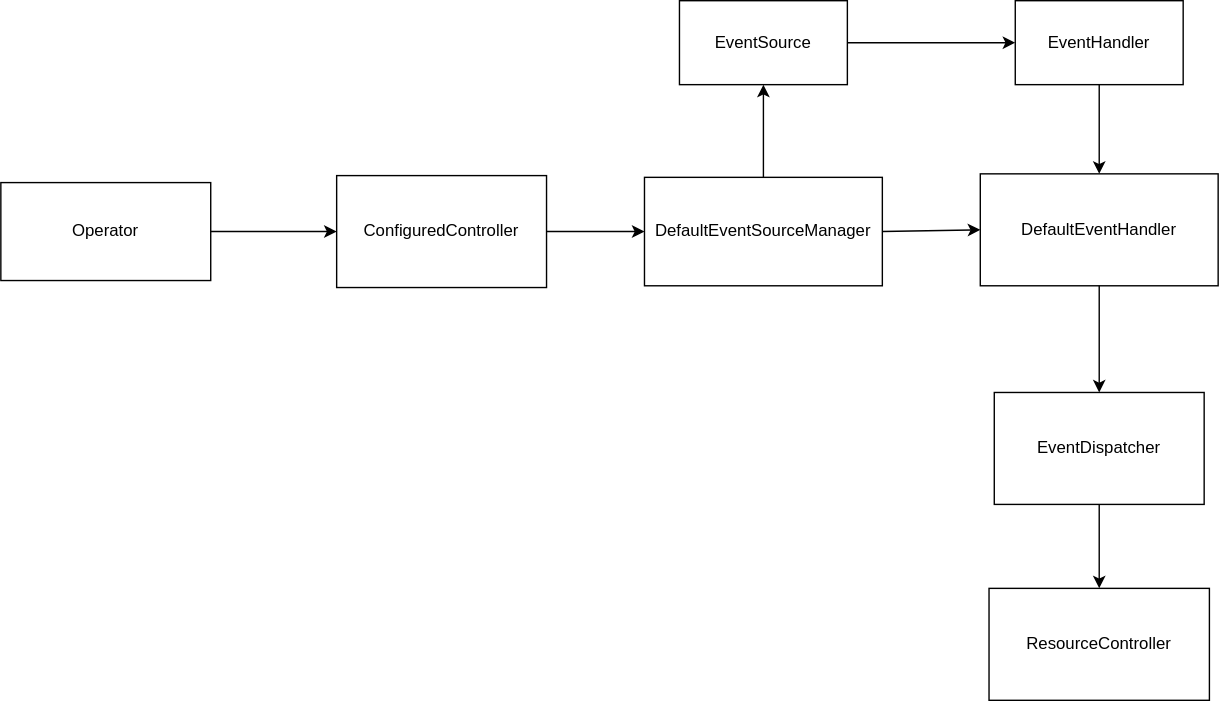
This is docs/etc/v1_model.drawio.svg from operator-framework/java-operator-sdk, a draw.io export, as it was before one commit. Source tidied: cells renumbered, new cells last; positions are measured from the earlier drawing's top-left corner, leaving out a move shared by most shapes. Its diagram source:
```xml
<mxGraphModel>
  <root>
    <mxCell id="0" />
    <mxCell id="1" parent="0" />
    <mxCell id="2" value="Operator" style="rounded=0;whiteSpace=wrap;html=1;" parent="1" vertex="1">
      <mxGeometry y="130" width="150" height="70" as="geometry" />
    </mxCell>
    <mxCell id="3" value="ConfiguredController" style="rounded=0;whiteSpace=wrap;html=1;" parent="1" vertex="1">
      <mxGeometry x="240" y="125" width="150" height="80" as="geometry" />
    </mxCell>
    <mxCell id="4" value="DefaultEventSourceManager" style="rounded=0;whiteSpace=wrap;html=1;" parent="1" vertex="1">
      <mxGeometry x="460" y="126.2" width="170" height="77.5" as="geometry" />
    </mxCell>
    <mxCell id="5" value="DefaultEventHandler" style="rounded=0;whiteSpace=wrap;html=1;" parent="1" vertex="1">
      <mxGeometry x="700" y="123.8" width="170" height="80" as="geometry" />
    </mxCell>
    <mxCell id="6" value="EventDispatcher" style="rounded=0;whiteSpace=wrap;html=1;" parent="1" vertex="1">
      <mxGeometry x="710" y="280" width="150" height="80" as="geometry" />
    </mxCell>
    <mxCell id="7" style="endArrow=classic;html=1;rounded=0;exitX=1;exitY=0.5;exitDx=0;exitDy=0;entryX=0;entryY=0.5;entryDx=0;entryDy=0;" parent="1" edge="1" source="2" target="3">
      <mxGeometry relative="1" as="geometry" />
    </mxCell>
    <mxCell id="8" style="endArrow=classic;html=1;rounded=0;exitX=1;exitY=0.5;exitDx=0;exitDy=0;entryX=0;entryY=0.5;entryDx=0;entryDy=0;" parent="1" edge="1" source="3" target="4">
      <mxGeometry relative="1" as="geometry" />
    </mxCell>
    <mxCell id="9" style="endArrow=classic;html=1;rounded=0;exitX=1;exitY=0.5;exitDx=0;exitDy=0;entryX=0;entryY=0.5;entryDx=0;entryDy=0;" parent="1" edge="1" source="4" target="5">
      <mxGeometry relative="1" as="geometry" />
    </mxCell>
    <mxCell id="10" value="ResourceController" style="rounded=0;whiteSpace=wrap;html=1;" parent="1" vertex="1">
      <mxGeometry x="706.2" y="420" width="157.5" height="80" as="geometry" />
    </mxCell>
    <mxCell id="11" style="endArrow=classic;html=1;rounded=0;exitX=0.5;exitY=1;exitDx=0;exitDy=0;entryX=0.5;entryY=0;entryDx=0;entryDy=0;" parent="1" edge="1" source="5" target="6">
      <mxGeometry relative="1" as="geometry" />
    </mxCell>
    <mxCell id="12" value="EventSource" style="rounded=0;whiteSpace=wrap;html=1;" parent="1" vertex="1">
      <mxGeometry x="485" width="120" height="60" as="geometry" />
    </mxCell>
    <mxCell id="13" value="EventHandler" style="rounded=0;whiteSpace=wrap;html=1;" parent="1" vertex="1">
      <mxGeometry x="725" width="120" height="60" as="geometry" />
    </mxCell>
    <mxCell id="14" style="endArrow=classic;html=1;rounded=0;entryX=0.5;entryY=1;entryDx=0;entryDy=0;exitX=0.5;exitY=0;exitDx=0;exitDy=0;" parent="1" edge="1" source="4" target="12">
      <mxGeometry relative="1" as="geometry" />
    </mxCell>
    <mxCell id="15" style="endArrow=classic;html=1;rounded=0;exitX=1;exitY=0.5;exitDx=0;exitDy=0;entryX=0;entryY=0.5;entryDx=0;entryDy=0;" parent="1" edge="1" source="12" target="13">
      <mxGeometry relative="1" as="geometry" />
    </mxCell>
    <mxCell id="16" style="endArrow=classic;html=1;rounded=0;exitX=0.5;exitY=1;exitDx=0;exitDy=0;entryX=0.5;entryY=0;entryDx=0;entryDy=0;" parent="1" edge="1" source="13" target="5">
      <mxGeometry relative="1" as="geometry" />
    </mxCell>
    <mxCell id="17" style="endArrow=classic;html=1;rounded=0;exitX=0.5;exitY=1;exitDx=0;exitDy=0;entryX=0.5;entryY=0;entryDx=0;entryDy=0;" parent="1" edge="1" source="6" target="10">
      <mxGeometry relative="1" as="geometry" />
    </mxCell>
  </root>
</mxGraphModel>
```
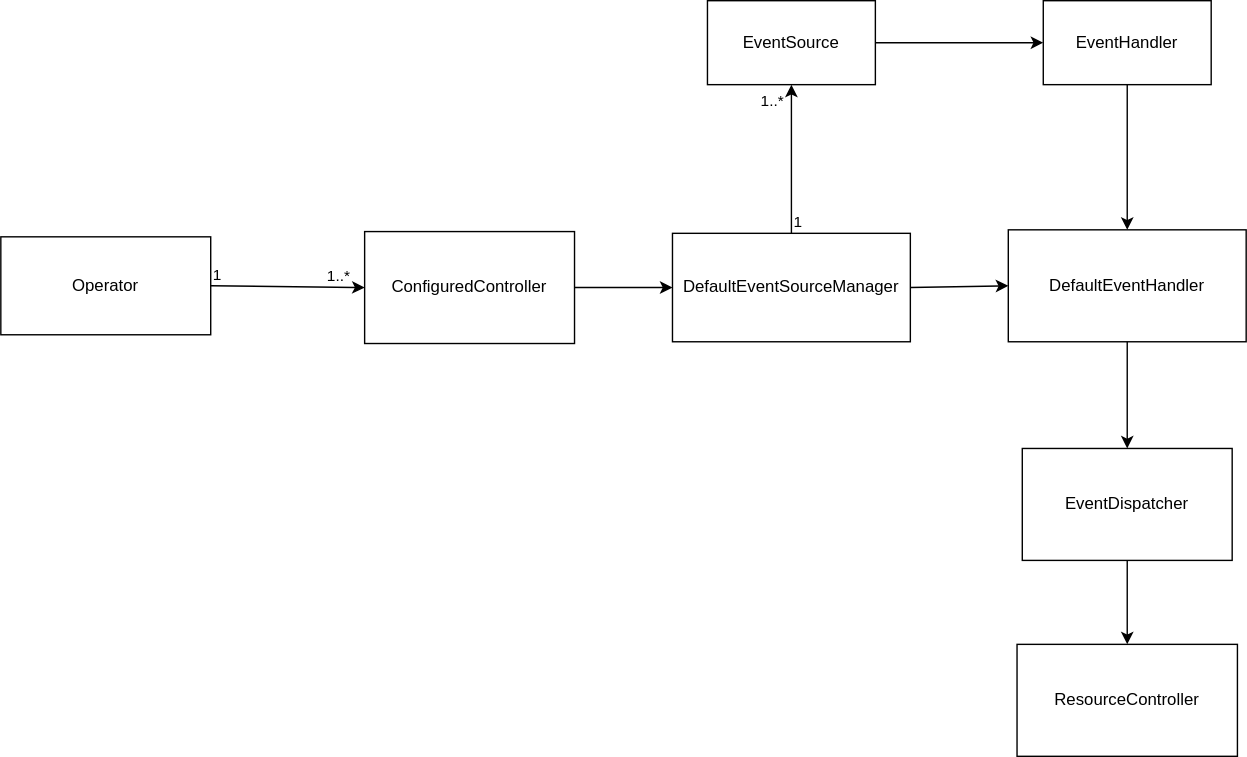
After the change.

Diff of the diagram source:
```diff
@@ -3,7 +3,7 @@
     <mxCell id="0" />
     <mxCell id="1" parent="0" />
     <mxCell id="2" value="Operator" style="rounded=0;whiteSpace=wrap;html=1;" parent="1" vertex="1">
-      <mxGeometry y="130" width="150" height="70" as="geometry" />
+      <mxGeometry x="-20" y="128.8" width="150" height="70" as="geometry" />
     </mxCell>
     <mxCell id="3" value="ConfiguredController" style="rounded=0;whiteSpace=wrap;html=1;" parent="1" vertex="1">
       <mxGeometry x="240" y="125" width="150" height="80" as="geometry" />
@@ -17,9 +17,6 @@
     <mxCell id="6" value="EventDispatcher" style="rounded=0;whiteSpace=wrap;html=1;" parent="1" vertex="1">
       <mxGeometry x="710" y="280" width="150" height="80" as="geometry" />
     </mxCell>
-    <mxCell id="7" style="endArrow=classic;html=1;rounded=0;exitX=1;exitY=0.5;exitDx=0;exitDy=0;entryX=0;entryY=0.5;entryDx=0;entryDy=0;" parent="1" edge="1" source="2" target="3">
-      <mxGeometry relative="1" as="geometry" />
-    </mxCell>
     <mxCell id="8" style="endArrow=classic;html=1;rounded=0;exitX=1;exitY=0.5;exitDx=0;exitDy=0;entryX=0;entryY=0.5;entryDx=0;entryDy=0;" parent="1" edge="1" source="3" target="4">
       <mxGeometry relative="1" as="geometry" />
     </mxCell>
@@ -33,14 +30,11 @@
       <mxGeometry relative="1" as="geometry" />
     </mxCell>
     <mxCell id="12" value="EventSource" style="rounded=0;whiteSpace=wrap;html=1;" parent="1" vertex="1">
-      <mxGeometry x="485" width="120" height="60" as="geometry" />
+      <mxGeometry x="485" y="-40" width="120" height="60" as="geometry" />
     </mxCell>
     <mxCell id="13" value="EventHandler" style="rounded=0;whiteSpace=wrap;html=1;" parent="1" vertex="1">
-      <mxGeometry x="725" width="120" height="60" as="geometry" />
+      <mxGeometry x="725" y="-40" width="120" height="60" as="geometry" />
     </mxCell>
-    <mxCell id="14" style="endArrow=classic;html=1;rounded=0;entryX=0.5;entryY=1;entryDx=0;entryDy=0;exitX=0.5;exitY=0;exitDx=0;exitDy=0;" parent="1" edge="1" source="4" target="12">
-      <mxGeometry relative="1" as="geometry" />
-    </mxCell>
     <mxCell id="15" style="endArrow=classic;html=1;rounded=0;exitX=1;exitY=0.5;exitDx=0;exitDy=0;entryX=0;entryY=0.5;entryDx=0;entryDy=0;" parent="1" edge="1" source="12" target="13">
       <mxGeometry relative="1" as="geometry" />
     </mxCell>
@@ -50,5 +44,27 @@
     <mxCell id="17" style="endArrow=classic;html=1;rounded=0;exitX=0.5;exitY=1;exitDx=0;exitDy=0;entryX=0.5;entryY=0;entryDx=0;entryDy=0;" parent="1" edge="1" source="6" target="10">
       <mxGeometry relative="1" as="geometry" />
     </mxCell>
+    <mxCell id="7" style="endArrow=classic;html=1;rounded=0;exitX=1;exitY=0.5;exitDx=0;exitDy=0;entryX=0;entryY=0.5;entryDx=0;entryDy=0;" parent="1" edge="1" source="2" target="3">
+      <mxGeometry relative="1" as="geometry" />
+    </mxCell>
+    <mxCell id="18" value="1" style="edgeLabel;html=1;align=left;verticalAlign=bottom;" parent="7" vertex="1">
+      <mxGeometry x="-1" relative="1" as="geometry" />
+    </mxCell>
+    <mxCell id="19" value="1..*" style="edgeLabel;html=1;align=right;verticalAlign=bottom;" parent="7" vertex="1">
+      <mxGeometry x="1" relative="1" as="geometry">
+        <mxPoint x="-10" as="offset" />
+      </mxGeometry>
+    </mxCell>
+    <mxCell id="14" style="endArrow=classic;html=1;rounded=0;exitX=0.5;exitY=0;exitDx=0;exitDy=0;entryX=0.5;entryY=1;entryDx=0;entryDy=0;" parent="1" edge="1" source="4" target="12">
+      <mxGeometry relative="1" as="geometry" />
+    </mxCell>
+    <mxCell id="20" value="1" style="edgeLabel;html=1;align=left;verticalAlign=bottom;" parent="14" vertex="1">
+      <mxGeometry x="-1" relative="1" as="geometry" />
+    </mxCell>
+    <mxCell id="21" value="1..*" style="edgeLabel;html=1;align=right;verticalAlign=bottom;" parent="14" vertex="1">
+      <mxGeometry x="1" relative="1" as="geometry">
+        <mxPoint x="-5" y="20" as="offset" />
+      </mxGeometry>
+    </mxCell>
   </root>
 </mxGraphModel>
```
